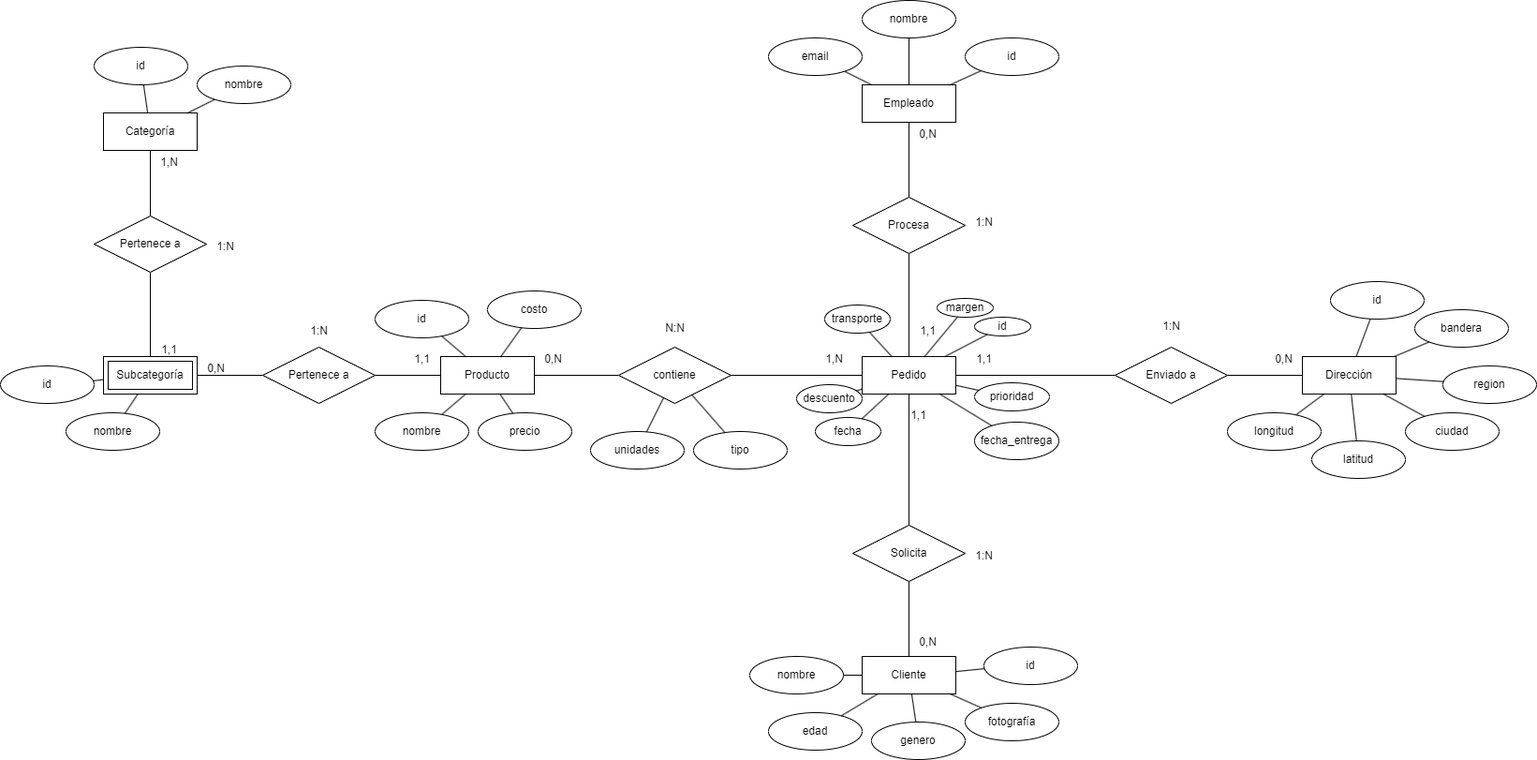
Earlier version of the draw.io export entidad-relacion-taller.drawio.png (AlejandroFV74/Taller_1_Administracion_Base_de_Datos). Source tidied: cells renumbered, new cells last; positions are measured from the earlier drawing's top-left corner, leaving out a move shared by most shapes.
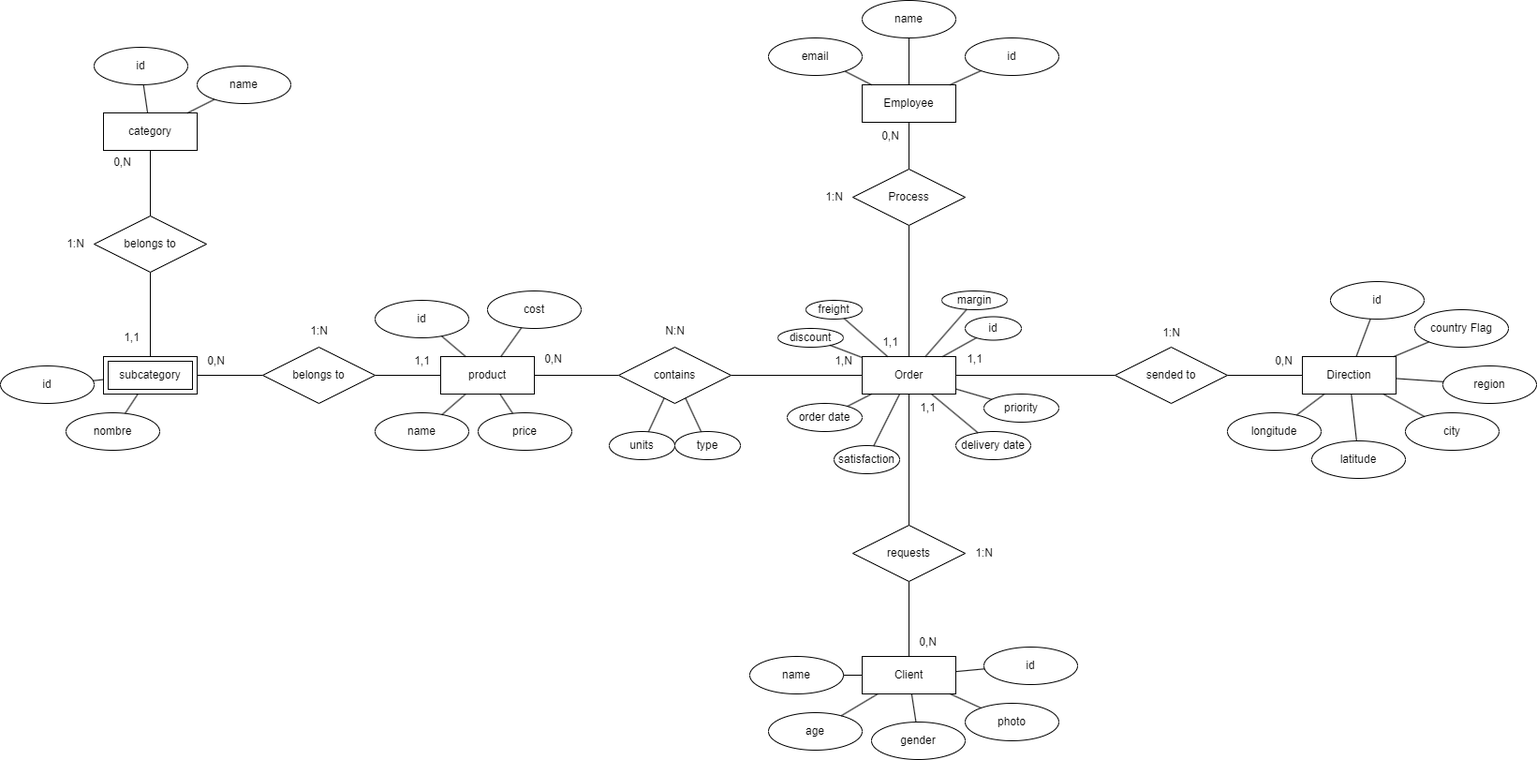
Later version of the same file.

Commit message:
modelo entidad relacion .png y .drawio

The edit, as a diff of the source:
```diff
@@ -10,3 +10,3 @@
     </mxCell>
-    <mxCell id="4" value="Pedido" style="whiteSpace=wrap;html=1;align=center;" parent="1" vertex="1">
+    <mxCell id="4" value="Order" style="whiteSpace=wrap;html=1;align=center;" parent="1" vertex="1">
       <mxGeometry x="920" y="380" width="100" height="40" as="geometry" />
@@ -16,3 +16,3 @@
     </mxCell>
-    <mxCell id="6" value="Producto" style="whiteSpace=wrap;html=1;align=center;" parent="1" vertex="1">
+    <mxCell id="6" value="product" style="whiteSpace=wrap;html=1;align=center;" parent="1" vertex="1">
       <mxGeometry x="470" y="380" width="100" height="40" as="geometry" />
@@ -22,3 +22,3 @@
     </mxCell>
-    <mxCell id="8" value="Cliente" style="whiteSpace=wrap;html=1;align=center;" parent="1" vertex="1">
+    <mxCell id="8" value="Client" style="whiteSpace=wrap;html=1;align=center;" parent="1" vertex="1">
       <mxGeometry x="920" y="700" width="100" height="40" as="geometry" />
@@ -28,9 +28,9 @@
     </mxCell>
-    <mxCell id="10" value="Empleado" style="whiteSpace=wrap;html=1;align=center;" parent="1" vertex="1">
+    <mxCell id="10" value="Employee" style="whiteSpace=wrap;html=1;align=center;" parent="1" vertex="1">
       <mxGeometry x="920" y="90" width="100" height="40" as="geometry" />
     </mxCell>
-    <mxCell id="11" value="Dirección" style="whiteSpace=wrap;html=1;align=center;" parent="1" vertex="1">
+    <mxCell id="11" value="Direction" style="whiteSpace=wrap;html=1;align=center;" parent="1" vertex="1">
       <mxGeometry x="1390" y="380" width="100" height="40" as="geometry" />
     </mxCell>
-    <mxCell id="12" value="Categoría" style="whiteSpace=wrap;html=1;align=center;" parent="1" vertex="1">
+    <mxCell id="12" value="category" style="whiteSpace=wrap;html=1;align=center;" parent="1" vertex="1">
       <mxGeometry x="110" y="120" width="100" height="40" as="geometry" />
@@ -40,3 +40,3 @@
     </mxCell>
-    <mxCell id="14" value="Subcategoría" style="shape=ext;margin=3;double=1;whiteSpace=wrap;html=1;align=center;" parent="1" vertex="1">
+    <mxCell id="14" value="subcategory" style="shape=ext;margin=3;double=1;whiteSpace=wrap;html=1;align=center;" parent="1" vertex="1">
       <mxGeometry x="110" y="380" width="100" height="40" as="geometry" />
@@ -46,3 +46,3 @@
     </mxCell>
-    <mxCell id="16" value="Pertenece a" style="shape=rhombus;perimeter=rhombusPerimeter;whiteSpace=wrap;html=1;align=center;" parent="1" vertex="1">
+    <mxCell id="16" value="belongs to" style="shape=rhombus;perimeter=rhombusPerimeter;whiteSpace=wrap;html=1;align=center;" parent="1" vertex="1">
       <mxGeometry x="280" y="370" width="120" height="60" as="geometry" />
@@ -52,3 +52,3 @@
     </mxCell>
-    <mxCell id="18" value="Pertenece a" style="shape=rhombus;perimeter=rhombusPerimeter;whiteSpace=wrap;html=1;align=center;" parent="1" vertex="1">
+    <mxCell id="18" value="belongs to" style="shape=rhombus;perimeter=rhombusPerimeter;whiteSpace=wrap;html=1;align=center;" parent="1" vertex="1">
       <mxGeometry x="100" y="230" width="120" height="60" as="geometry" />
@@ -58,3 +58,3 @@
     </mxCell>
-    <mxCell id="20" value="contiene" style="shape=rhombus;perimeter=rhombusPerimeter;whiteSpace=wrap;html=1;align=center;" parent="1" vertex="1">
+    <mxCell id="20" value="contains" style="shape=rhombus;perimeter=rhombusPerimeter;whiteSpace=wrap;html=1;align=center;" parent="1" vertex="1">
       <mxGeometry x="660" y="370" width="120" height="60" as="geometry" />
@@ -64,4 +64,4 @@
     </mxCell>
-    <mxCell id="22" value="Procesa" style="shape=rhombus;perimeter=rhombusPerimeter;whiteSpace=wrap;html=1;align=center;" parent="1" vertex="1">
-      <mxGeometry x="910" y="210" width="120" height="60" as="geometry" />
+    <mxCell id="22" value="Process" style="shape=rhombus;perimeter=rhombusPerimeter;whiteSpace=wrap;html=1;align=center;" parent="1" vertex="1">
+      <mxGeometry x="910" y="180" width="120" height="60" as="geometry" />
     </mxCell>
@@ -70,3 +70,3 @@
     </mxCell>
-    <mxCell id="24" value="Solicita" style="shape=rhombus;perimeter=rhombusPerimeter;whiteSpace=wrap;html=1;align=center;" parent="1" vertex="1">
+    <mxCell id="24" value="requests" style="shape=rhombus;perimeter=rhombusPerimeter;whiteSpace=wrap;html=1;align=center;" parent="1" vertex="1">
       <mxGeometry x="910" y="560" width="120" height="60" as="geometry" />
@@ -76,3 +76,3 @@
     </mxCell>
-    <mxCell id="26" value="Enviado a" style="shape=rhombus;perimeter=rhombusPerimeter;whiteSpace=wrap;html=1;align=center;" parent="1" vertex="1">
+    <mxCell id="26" value="sended to" style="shape=rhombus;perimeter=rhombusPerimeter;whiteSpace=wrap;html=1;align=center;" parent="1" vertex="1">
       <mxGeometry x="1190" y="370" width="120" height="60" as="geometry" />
@@ -80,27 +80,27 @@
     <mxCell id="27" value="id" style="ellipse;whiteSpace=wrap;html=1;align=center;" parent="1" vertex="1">
-      <mxGeometry x="1040" y="338" width="60" height="20" as="geometry" />
+      <mxGeometry x="1030" y="337.5" width="60" height="25" as="geometry" />
     </mxCell>
-    <mxCell id="28" value="unidades" style="ellipse;whiteSpace=wrap;html=1;align=center;" parent="1" vertex="1">
-      <mxGeometry x="630" y="460" width="100" height="40" as="geometry" />
+    <mxCell id="28" value="units" style="ellipse;whiteSpace=wrap;html=1;align=center;" parent="1" vertex="1">
+      <mxGeometry x="650" y="460" width="70" height="30" as="geometry" />
     </mxCell>
-    <mxCell id="29" value="tipo" style="ellipse;whiteSpace=wrap;html=1;align=center;" parent="1" vertex="1">
-      <mxGeometry x="740" y="460" width="100" height="40" as="geometry" />
+    <mxCell id="29" value="type" style="ellipse;whiteSpace=wrap;html=1;align=center;" parent="1" vertex="1">
+      <mxGeometry x="720" y="460" width="70" height="30" as="geometry" />
     </mxCell>
-    <mxCell id="30" value="prioridad" style="ellipse;whiteSpace=wrap;html=1;align=center;" parent="1" vertex="1">
-      <mxGeometry x="1040" y="408" width="80" height="30" as="geometry" />
+    <mxCell id="30" value="priority" style="ellipse;whiteSpace=wrap;html=1;align=center;" parent="1" vertex="1">
+      <mxGeometry x="1050" y="420" width="80" height="30" as="geometry" />
     </mxCell>
-    <mxCell id="31" value="fecha_entrega" style="ellipse;whiteSpace=wrap;html=1;align=center;" parent="1" vertex="1">
-      <mxGeometry x="1040" y="450" width="90" height="40" as="geometry" />
+    <mxCell id="31" value="delivery date" style="ellipse;whiteSpace=wrap;html=1;align=center;" parent="1" vertex="1">
+      <mxGeometry x="1020" y="460" width="80" height="30" as="geometry" />
     </mxCell>
-    <mxCell id="32" value="fecha" style="ellipse;whiteSpace=wrap;html=1;align=center;" parent="1" vertex="1">
-      <mxGeometry x="870" y="445" width="70" height="30" as="geometry" />
+    <mxCell id="32" value="order date" style="ellipse;whiteSpace=wrap;html=1;align=center;" parent="1" vertex="1">
+      <mxGeometry x="840" y="430" width="80" height="30" as="geometry" />
     </mxCell>
-    <mxCell id="33" value="descuento" style="ellipse;whiteSpace=wrap;html=1;align=center;" parent="1" vertex="1">
-      <mxGeometry x="850" y="410" width="70" height="30" as="geometry" />
+    <mxCell id="33" value="discount" style="ellipse;whiteSpace=wrap;html=1;align=center;" parent="1" vertex="1">
+      <mxGeometry x="830" y="350" width="70" height="20" as="geometry" />
     </mxCell>
-    <mxCell id="34" value="transporte" style="ellipse;whiteSpace=wrap;html=1;align=center;" parent="1" vertex="1">
-      <mxGeometry x="880" y="325" width="70" height="30" as="geometry" />
+    <mxCell id="34" value="freight" style="ellipse;whiteSpace=wrap;html=1;align=center;" parent="1" vertex="1">
+      <mxGeometry x="860" y="320" width="60" height="20" as="geometry" />
     </mxCell>
-    <mxCell id="35" value="margen" style="ellipse;whiteSpace=wrap;html=1;align=center;" parent="1" vertex="1">
-      <mxGeometry x="1000" y="318" width="60" height="20" as="geometry" />
+    <mxCell id="35" value="margin" style="ellipse;whiteSpace=wrap;html=1;align=center;" parent="1" vertex="1">
+      <mxGeometry x="1005" y="310" width="70" height="20" as="geometry" />
     </mxCell>
@@ -145,3 +145,3 @@
     </mxCell>
-    <mxCell id="49" value="nombre" style="ellipse;whiteSpace=wrap;html=1;align=center;" parent="1" vertex="1">
+    <mxCell id="49" value="name" style="ellipse;whiteSpace=wrap;html=1;align=center;" parent="1" vertex="1">
       <mxGeometry x="920" width="100" height="40" as="geometry" />
@@ -154,12 +154,12 @@
     </mxCell>
-    <mxCell id="52" value="fotografía" style="ellipse;whiteSpace=wrap;html=1;align=center;" parent="1" vertex="1">
+    <mxCell id="52" value="photo" style="ellipse;whiteSpace=wrap;html=1;align=center;" parent="1" vertex="1">
       <mxGeometry x="1030" y="750" width="100" height="40" as="geometry" />
     </mxCell>
-    <mxCell id="53" value="genero" style="ellipse;whiteSpace=wrap;html=1;align=center;" parent="1" vertex="1">
+    <mxCell id="53" value="gender" style="ellipse;whiteSpace=wrap;html=1;align=center;" parent="1" vertex="1">
       <mxGeometry x="930" y="770" width="100" height="40" as="geometry" />
     </mxCell>
-    <mxCell id="54" value="edad" style="ellipse;whiteSpace=wrap;html=1;align=center;" parent="1" vertex="1">
+    <mxCell id="54" value="age" style="ellipse;whiteSpace=wrap;html=1;align=center;" parent="1" vertex="1">
       <mxGeometry x="820" y="760" width="100" height="40" as="geometry" />
     </mxCell>
-    <mxCell id="55" value="nombre" style="ellipse;whiteSpace=wrap;html=1;align=center;" parent="1" vertex="1">
+    <mxCell id="55" value="name" style="ellipse;whiteSpace=wrap;html=1;align=center;" parent="1" vertex="1">
       <mxGeometry x="800" y="700" width="100" height="40" as="geometry" />
@@ -187,3 +187,3 @@
     </mxCell>
-    <mxCell id="63" value="bandera" style="ellipse;whiteSpace=wrap;html=1;align=center;" parent="1" vertex="1">
+    <mxCell id="63" value="country Flag" style="ellipse;whiteSpace=wrap;html=1;align=center;" parent="1" vertex="1">
       <mxGeometry x="1510" y="330" width="100" height="40" as="geometry" />
@@ -199,3 +199,3 @@
     </mxCell>
-    <mxCell id="67" value="ciudad" style="ellipse;whiteSpace=wrap;html=1;align=center;" parent="1" vertex="1">
+    <mxCell id="67" value="city" style="ellipse;whiteSpace=wrap;html=1;align=center;" parent="1" vertex="1">
       <mxGeometry x="1500" y="440" width="100" height="40" as="geometry" />
@@ -205,3 +205,3 @@
     </mxCell>
-    <mxCell id="69" value="latitud" style="ellipse;whiteSpace=wrap;html=1;align=center;" parent="1" vertex="1">
+    <mxCell id="69" value="latitude" style="ellipse;whiteSpace=wrap;html=1;align=center;" parent="1" vertex="1">
       <mxGeometry x="1400" y="470" width="100" height="40" as="geometry" />
@@ -211,3 +211,3 @@
     </mxCell>
-    <mxCell id="71" value="longitud" style="ellipse;whiteSpace=wrap;html=1;align=center;" parent="1" vertex="1">
+    <mxCell id="71" value="longitude" style="ellipse;whiteSpace=wrap;html=1;align=center;" parent="1" vertex="1">
       <mxGeometry x="1310" y="440" width="100" height="40" as="geometry" />
@@ -220,3 +220,3 @@
     </mxCell>
-    <mxCell id="74" value="nombre" style="ellipse;whiteSpace=wrap;html=1;align=center;" parent="1" vertex="1">
+    <mxCell id="74" value="name" style="ellipse;whiteSpace=wrap;html=1;align=center;" parent="1" vertex="1">
       <mxGeometry x="210" y="70" width="100" height="40" as="geometry" />
@@ -244,9 +244,9 @@
     </mxCell>
-    <mxCell id="82" value="costo" style="ellipse;whiteSpace=wrap;html=1;align=center;" parent="1" vertex="1">
+    <mxCell id="82" value="cost" style="ellipse;whiteSpace=wrap;html=1;align=center;" parent="1" vertex="1">
       <mxGeometry x="520" y="310" width="100" height="40" as="geometry" />
     </mxCell>
-    <mxCell id="83" value="precio" style="ellipse;whiteSpace=wrap;html=1;align=center;" parent="1" vertex="1">
+    <mxCell id="83" value="price" style="ellipse;whiteSpace=wrap;html=1;align=center;" parent="1" vertex="1">
       <mxGeometry x="510" y="440" width="100" height="40" as="geometry" />
     </mxCell>
-    <mxCell id="84" value="nombre" style="ellipse;whiteSpace=wrap;html=1;align=center;" parent="1" vertex="1">
+    <mxCell id="84" value="name" style="ellipse;whiteSpace=wrap;html=1;align=center;" parent="1" vertex="1">
       <mxGeometry x="400" y="440" width="100" height="40" as="geometry" />
@@ -265,20 +265,29 @@
     </mxCell>
-    <mxCell id="89" value="1:N" style="text;html=1;align=center;verticalAlign=middle;strokeColor=none;fillColor=none;" parent="1" vertex="1">
-      <mxGeometry x="220" y="248" width="40" height="30" as="geometry" />
-    </mxCell>
-    <mxCell id="90" value="1,1" style="text;html=1;align=center;verticalAlign=middle;strokeColor=none;fillColor=none;" parent="1" vertex="1">
-      <mxGeometry x="160" y="358" width="40" height="30" as="geometry" />
-    </mxCell>
-    <mxCell id="91" value="1,N" style="text;html=1;align=center;verticalAlign=middle;strokeColor=none;fillColor=none;" parent="1" vertex="1">
-      <mxGeometry x="160" y="158" width="40" height="30" as="geometry" />
-    </mxCell>
-    <mxCell id="92" value="0,N" style="text;html=1;align=center;verticalAlign=middle;strokeColor=none;fillColor=none;" parent="1" vertex="1">
-      <mxGeometry x="210" y="378" width="40" height="30" as="geometry" />
-    </mxCell>
-    <mxCell id="93" value="1,1" style="text;html=1;align=center;verticalAlign=middle;strokeColor=none;fillColor=none;" parent="1" vertex="1">
-      <mxGeometry x="430" y="368" width="40" height="30" as="geometry" />
-    </mxCell>
-    <mxCell id="94" value="1:N" style="text;html=1;align=center;verticalAlign=middle;strokeColor=none;fillColor=none;" parent="1" vertex="1">
-      <mxGeometry x="320" y="338" width="40" height="30" as="geometry" />
-    </mxCell>
+    <mxCell id="107" value="satisfaction" style="ellipse;whiteSpace=wrap;html=1;align=center;" parent="1" vertex="1">
+      <mxGeometry x="890" y="475" width="70" height="30" as="geometry" />
+    </mxCell>
+    <mxCell id="108" style="endArrow=none;html=1;rounded=0;" parent="1" edge="1" source="107" target="4">
+      <mxGeometry relative="1" as="geometry" />
+    </mxCell>
+    <mxCell id="109" value="1,1" style="text;html=1;align=center;verticalAlign=middle;strokeColor=none;fillColor=none;" parent="1" vertex="1">
+      <mxGeometry x="1020" y="368" width="40" height="30" as="geometry" />
+    </mxCell>
+    <mxCell id="110" value="0,N" style="text;html=1;align=center;verticalAlign=middle;strokeColor=none;fillColor=none;" parent="1" vertex="1">
+      <mxGeometry x="1350" y="370" width="40" height="30" as="geometry" />
+    </mxCell>
+    <mxCell id="111" value="1:N" style="text;html=1;align=center;verticalAlign=middle;strokeColor=none;fillColor=none;" parent="1" vertex="1">
+      <mxGeometry x="1230" y="340" width="40" height="30" as="geometry" />
+    </mxCell>
+    <mxCell id="112" value="1,1" style="text;html=1;align=center;verticalAlign=middle;strokeColor=none;fillColor=none;" parent="1" vertex="1">
+      <mxGeometry x="930" y="350" width="40" height="30" as="geometry" />
+    </mxCell>
+    <mxCell id="113" value="0,N" style="text;html=1;align=center;verticalAlign=middle;strokeColor=none;fillColor=none;" parent="1" vertex="1">
+      <mxGeometry x="930" y="130" width="40" height="30" as="geometry" />
+    </mxCell>
+    <mxCell id="114" value="1:N" style="text;html=1;align=center;verticalAlign=middle;strokeColor=none;fillColor=none;" parent="1" vertex="1">
+      <mxGeometry x="870" y="195" width="40" height="30" as="geometry" />
+    </mxCell>
+    <mxCell id="115" value="1,N" style="text;html=1;align=center;verticalAlign=middle;strokeColor=none;fillColor=none;" parent="1" vertex="1">
+      <mxGeometry x="880" y="370" width="40" height="30" as="geometry" />
+    </mxCell>
     <mxCell id="95" value="0,N" style="text;html=1;align=center;verticalAlign=middle;strokeColor=none;fillColor=none;" parent="1" vertex="1">
@@ -286,23 +295,23 @@
     </mxCell>
-    <mxCell id="96" value="1,N" style="text;html=1;align=center;verticalAlign=middle;strokeColor=none;fillColor=none;" parent="1" vertex="1">
-      <mxGeometry x="870" y="368" width="40" height="30" as="geometry" />
-    </mxCell>
     <mxCell id="97" value="N:N" style="text;html=1;align=center;verticalAlign=middle;strokeColor=none;fillColor=none;" parent="1" vertex="1">
-      <mxGeometry x="700" y="335" width="40" height="30" as="geometry" />
+      <mxGeometry x="700" y="337.5" width="40" height="30" as="geometry" />
     </mxCell>
-    <mxCell id="98" value="1,1" style="text;html=1;align=center;verticalAlign=middle;strokeColor=none;fillColor=none;" parent="1" vertex="1">
-      <mxGeometry x="970" y="338" width="40" height="30" as="geometry" />
-    </mxCell>
-    <mxCell id="99" value="0,N" style="text;html=1;align=center;verticalAlign=middle;strokeColor=none;fillColor=none;" parent="1" vertex="1">
-      <mxGeometry x="970" y="128" width="40" height="30" as="geometry" />
-    </mxCell>
-    <mxCell id="100" value="1:N" style="text;html=1;align=center;verticalAlign=middle;strokeColor=none;fillColor=none;" parent="1" vertex="1">
-      <mxGeometry x="1030" y="222" width="40" height="30" as="geometry" />
-    </mxCell>
-    <mxCell id="101" value="1,1" style="text;html=1;align=center;verticalAlign=middle;strokeColor=none;fillColor=none;" parent="1" vertex="1">
-      <mxGeometry x="960" y="428" width="40" height="30" as="geometry" />
-    </mxCell>
-    <mxCell id="102" value="1:N" style="text;html=1;align=center;verticalAlign=middle;strokeColor=none;fillColor=none;" parent="1" vertex="1">
-      <mxGeometry x="1030" y="578" width="40" height="30" as="geometry" />
-    </mxCell>
+    <mxCell id="116" value="0,N" style="text;html=1;align=center;verticalAlign=middle;strokeColor=none;fillColor=none;" parent="1" vertex="1">
+      <mxGeometry x="210" y="370" width="40" height="30" as="geometry" />
+    </mxCell>
+    <mxCell id="117" value="1,1" style="text;html=1;align=center;verticalAlign=middle;strokeColor=none;fillColor=none;" parent="1" vertex="1">
+      <mxGeometry x="430" y="370" width="40" height="30" as="geometry" />
+    </mxCell>
+    <mxCell id="118" value="0,N" style="text;html=1;align=center;verticalAlign=middle;strokeColor=none;fillColor=none;" parent="1" vertex="1">
+      <mxGeometry x="110" y="158" width="40" height="30" as="geometry" />
+    </mxCell>
+    <mxCell id="119" value="1,1" style="text;html=1;align=center;verticalAlign=middle;strokeColor=none;fillColor=none;" parent="1" vertex="1">
+      <mxGeometry x="120" y="345" width="40" height="30" as="geometry" />
+    </mxCell>
+    <mxCell id="120" value="1:N" style="text;html=1;align=center;verticalAlign=middle;strokeColor=none;fillColor=none;" parent="1" vertex="1">
+      <mxGeometry x="60" y="245" width="40" height="30" as="geometry" />
+    </mxCell>
+    <mxCell id="121" value="1:N" style="text;html=1;align=center;verticalAlign=middle;strokeColor=none;fillColor=none;" parent="1" vertex="1">
+      <mxGeometry x="320" y="337.5" width="40" height="30" as="geometry" />
+    </mxCell>
     <mxCell id="103" value="0,N" style="text;html=1;align=center;verticalAlign=middle;strokeColor=none;fillColor=none;" parent="1" vertex="1">
@@ -310,11 +319,8 @@
     </mxCell>
-    <mxCell id="104" value="1,1" style="text;html=1;align=center;verticalAlign=middle;strokeColor=none;fillColor=none;" parent="1" vertex="1">
-      <mxGeometry x="1030" y="368" width="40" height="30" as="geometry" />
-    </mxCell>
-    <mxCell id="105" value="0,N" style="text;html=1;align=center;verticalAlign=middle;strokeColor=none;fillColor=none;" parent="1" vertex="1">
-      <mxGeometry x="1350" y="368" width="40" height="30" as="geometry" />
-    </mxCell>
-    <mxCell id="106" value="1:N" style="text;html=1;align=center;verticalAlign=middle;strokeColor=none;fillColor=none;" parent="1" vertex="1">
-      <mxGeometry x="1230" y="333" width="40" height="30" as="geometry" />
-    </mxCell>
+    <mxCell id="122" value="1,1" style="text;html=1;align=center;verticalAlign=middle;strokeColor=none;fillColor=none;" parent="1" vertex="1">
+      <mxGeometry x="970" y="420" width="40" height="30" as="geometry" />
+    </mxCell>
+    <mxCell id="123" value="1:N" style="text;html=1;align=center;verticalAlign=middle;strokeColor=none;fillColor=none;" parent="1" vertex="1">
+      <mxGeometry x="1030" y="575" width="40" height="30" as="geometry" />
+    </mxCell>
   </root>
```
